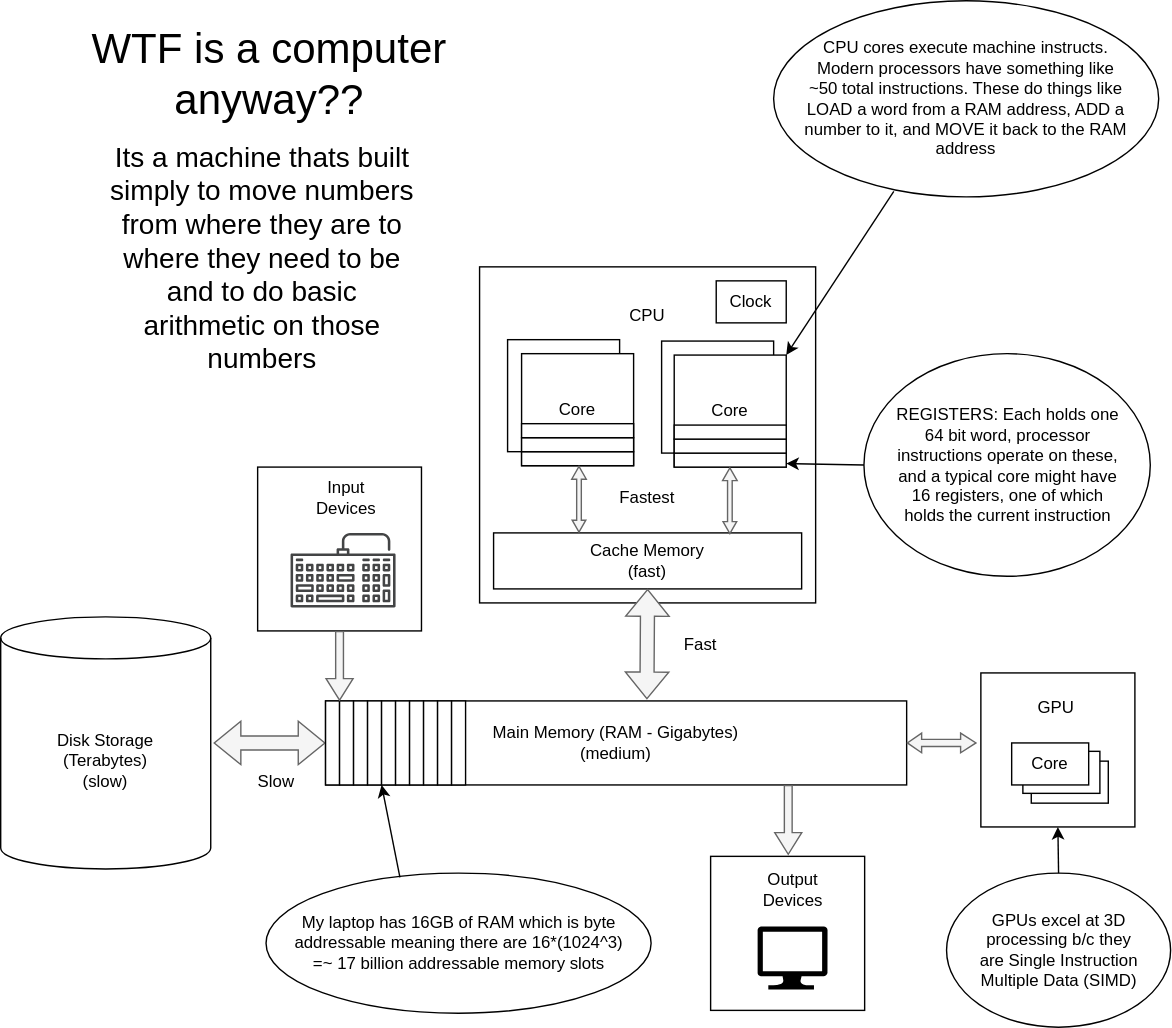
The draw.io diagram learn_python/preamble/ComputerMentalModel.svg in bckohan/learn-python, before a commit. Source tidied: cells renumbered, new cells last; positions are measured from the earlier drawing's top-left corner, leaving out a move shared by most shapes.
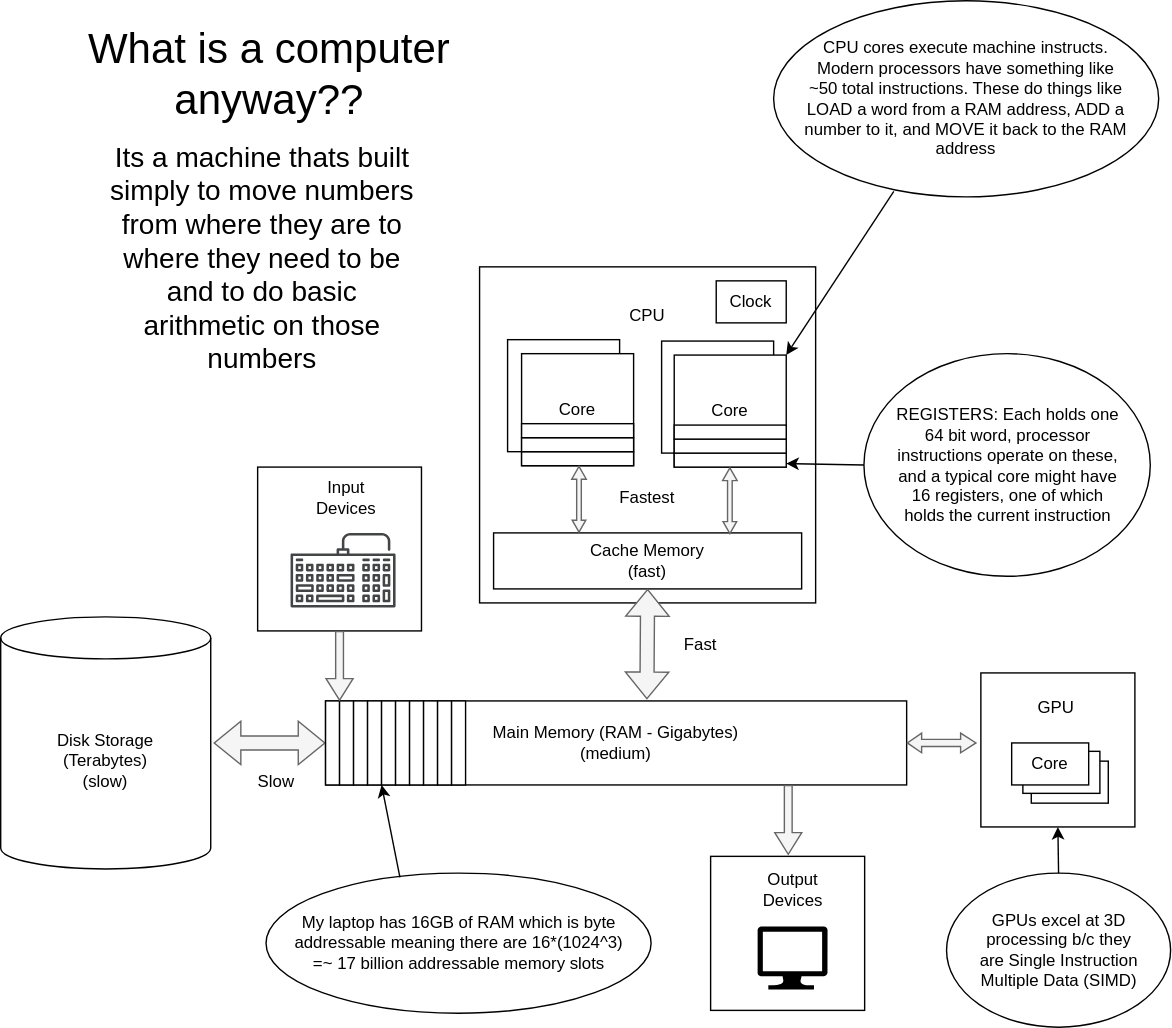
After the change.

The edit, as a diff of the source:
```diff
@@ -115,7 +115,7 @@
     <mxCell id="36" style="endArrow=classic;html=1;rounded=0;entryX=1;entryY=0;entryDx=0;entryDy=0;exitX=0.326;exitY=0.908;exitDx=0;exitDy=0;exitPerimeter=0;" parent="1" edge="1" source="24" target="28">
       <mxGeometry relative="1" as="geometry" />
     </mxCell>
-    <mxCell id="37" value="&lt;font style=&quot;font-size: 30px;&quot;&gt;WTF is a computer anyway??&lt;br&gt;&lt;br&gt;&lt;/font&gt;" style="rounded=0;whiteSpace=wrap;html=1;strokeColor=none;fillColor=none;" parent="1" vertex="1">
+    <mxCell id="37" value="&lt;font style=&quot;font-size: 30px;&quot;&gt;What is a computer anyway??&lt;br&gt;&lt;br&gt;&lt;/font&gt;" style="rounded=0;whiteSpace=wrap;html=1;strokeColor=none;fillColor=none;" parent="1" vertex="1">
       <mxGeometry x="42" y="26" width="300" height="88" as="geometry" />
     </mxCell>
     <mxCell id="38" style="whiteSpace=wrap;html=1;" parent="1" vertex="1">
```
